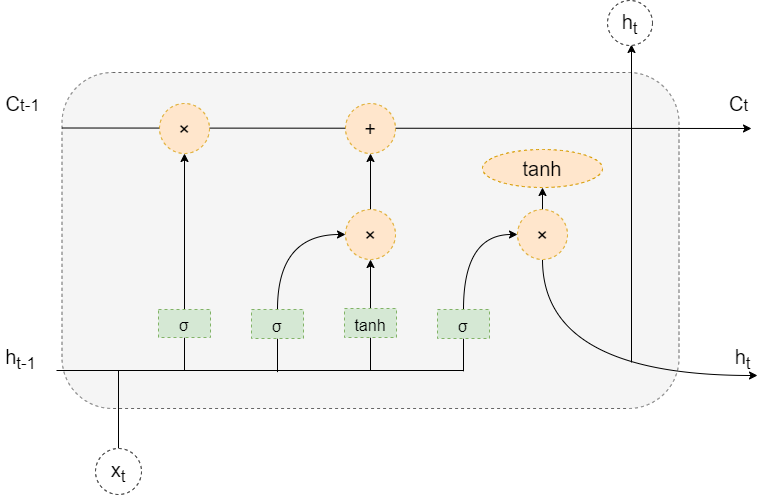
This is Untitled Diagram.drawio.png from lakomi/pictures, a draw.io export, as it was before one commit. Source tidied: cells renumbered, new cells last; positions are measured from the earlier drawing's top-left corner, leaving out a move shared by most shapes.
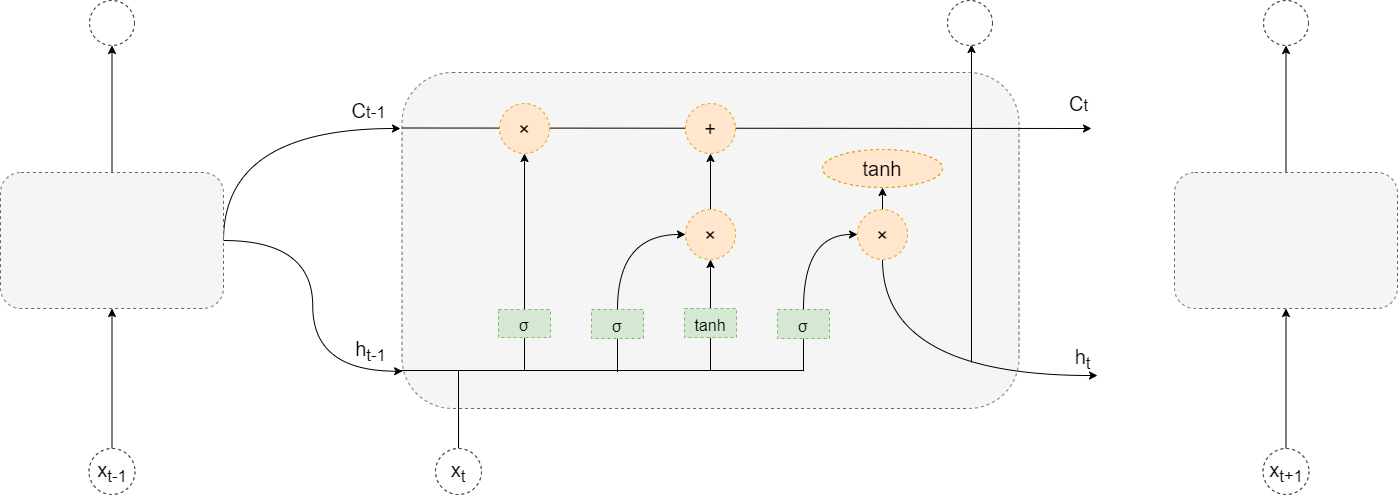
Above is the later version.

Change to the diagram source:
```diff
@@ -109,16 +109,57 @@
       <mxGeometry x="723" y="88" width="29" height="30" as="geometry" />
     </mxCell>
     <mxCell id="29" value="C&lt;span style=&quot;font-size: 16.6667px&quot;&gt;t-1&lt;br&gt;&lt;/span&gt;" style="text;html=1;align=center;verticalAlign=middle;strokeColor=none;fillColor=none;fontSize=20;" parent="1" vertex="1">
-      <mxGeometry y="88" width="44" height="30" as="geometry" />
+      <mxGeometry x="6" y="95" width="44" height="30" as="geometry" />
     </mxCell>
-    <mxCell id="30" value="h&lt;sub&gt;t&lt;/sub&gt;" style="ellipse;whiteSpace=wrap;html=1;dashed=1;fontSize=20;strokeColor=#000000;strokeWidth=1;" parent="1" vertex="1">
+    <mxCell id="30" style="ellipse;whiteSpace=wrap;html=1;dashed=1;fontSize=20;strokeColor=#000000;strokeWidth=1;" parent="1" vertex="1">
       <mxGeometry x="607" width="45" height="45" as="geometry" />
     </mxCell>
     <mxCell id="31" value="h&lt;sub&gt;t&lt;br&gt;&lt;/sub&gt;" style="text;html=1;align=center;verticalAlign=middle;strokeColor=none;fillColor=none;fontSize=20;" parent="1" vertex="1">
       <mxGeometry x="729" y="341" width="26" height="34" as="geometry" />
     </mxCell>
     <mxCell id="32" value="h&lt;sub&gt;t-1&lt;br&gt;&lt;/sub&gt;" style="text;html=1;align=center;verticalAlign=middle;strokeColor=none;fillColor=none;fontSize=20;" parent="1" vertex="1">
-      <mxGeometry y="341" width="40" height="34" as="geometry" />
+      <mxGeometry x="10" y="333" width="40" height="34" as="geometry" />
     </mxCell>
+    <mxCell id="33" style="edgeStyle=orthogonalEdgeStyle;curved=1;rounded=0;jettySize=auto;html=1;exitX=0.5;exitY=0;exitDx=0;exitDy=0;entryX=0.5;entryY=1;entryDx=0;entryDy=0;fontSize=20;endArrow=classic;endFill=1;elbow=vertical;" parent="1" edge="1" source="36" target="43">
+      <mxGeometry relative="1" as="geometry" />
+    </mxCell>
+    <mxCell id="34" style="edgeStyle=orthogonalEdgeStyle;curved=1;rounded=0;jettySize=auto;html=1;exitX=1;exitY=0.5;exitDx=0;exitDy=0;fontSize=20;endArrow=classic;endFill=1;elbow=vertical;" parent="1" edge="1" source="36">
+      <mxGeometry relative="1" as="geometry">
+        <mxPoint x="60" y="128" as="targetPoint" />
+        <Array as="points">
+          <mxPoint x="-117" y="128" />
+        </Array>
+      </mxGeometry>
+    </mxCell>
+    <mxCell id="35" style="edgeStyle=orthogonalEdgeStyle;curved=1;rounded=0;jettySize=auto;html=1;exitX=1;exitY=0.5;exitDx=0;exitDy=0;entryX=0.001;entryY=0.889;entryDx=0;entryDy=0;entryPerimeter=0;fontSize=20;endArrow=classic;endFill=1;elbow=vertical;" parent="1" edge="1" source="36" target="2">
+      <mxGeometry relative="1" as="geometry" />
+    </mxCell>
+    <mxCell id="36" style="rounded=1;whiteSpace=wrap;html=1;dashed=1;fontSize=20;strokeColor=#666666;strokeWidth=1;fillColor=#f5f5f5;fontColor=#333333;verticalAlign=middle;" parent="1" vertex="1">
+      <mxGeometry x="-340" y="172" width="223" height="136" as="geometry" />
+    </mxCell>
+    <mxCell id="37" style="edgeStyle=orthogonalEdgeStyle;curved=1;rounded=0;jettySize=auto;html=1;exitX=0.5;exitY=0;exitDx=0;exitDy=0;fontSize=20;endArrow=classic;endFill=1;elbow=vertical;" parent="1" edge="1" source="38" target="44">
+      <mxGeometry relative="1" as="geometry" />
+    </mxCell>
+    <mxCell id="38" style="rounded=1;whiteSpace=wrap;html=1;dashed=1;fontSize=20;strokeColor=#666666;strokeWidth=1;fillColor=#f5f5f5;fontColor=#333333;verticalAlign=middle;" parent="1" vertex="1">
+      <mxGeometry x="834" y="172" width="223" height="136" as="geometry" />
+    </mxCell>
+    <mxCell id="39" style="edgeStyle=orthogonalEdgeStyle;curved=1;rounded=0;jettySize=auto;html=1;exitX=0.5;exitY=0;exitDx=0;exitDy=0;entryX=0.5;entryY=1;entryDx=0;entryDy=0;fontSize=20;endArrow=classic;endFill=1;elbow=vertical;" parent="1" edge="1" source="40" target="36">
+      <mxGeometry relative="1" as="geometry" />
+    </mxCell>
+    <mxCell id="40" value="x&lt;sub&gt;t-1&lt;/sub&gt;" style="ellipse;whiteSpace=wrap;html=1;dashed=1;fontSize=20;strokeColor=#000000;strokeWidth=1;" parent="1" vertex="1">
+      <mxGeometry x="-251.5" y="448" width="46" height="46" as="geometry" />
+    </mxCell>
+    <mxCell id="41" style="edgeStyle=orthogonalEdgeStyle;curved=1;rounded=0;jettySize=auto;html=1;exitX=0.5;exitY=0;exitDx=0;exitDy=0;entryX=0.5;entryY=1;entryDx=0;entryDy=0;fontSize=20;endArrow=classic;endFill=1;elbow=vertical;" parent="1" edge="1" source="42" target="38">
+      <mxGeometry relative="1" as="geometry" />
+    </mxCell>
+    <mxCell id="42" value="x&lt;sub&gt;t+1&lt;/sub&gt;" style="ellipse;whiteSpace=wrap;html=1;dashed=1;fontSize=20;strokeColor=#000000;strokeWidth=1;" parent="1" vertex="1">
+      <mxGeometry x="922.5" y="448" width="46" height="46" as="geometry" />
+    </mxCell>
+    <mxCell id="43" style="ellipse;whiteSpace=wrap;html=1;dashed=1;fontSize=20;strokeColor=#000000;strokeWidth=1;" parent="1" vertex="1">
+      <mxGeometry x="-251" width="45" height="45" as="geometry" />
+    </mxCell>
+    <mxCell id="44" style="ellipse;whiteSpace=wrap;html=1;dashed=1;fontSize=20;strokeColor=#000000;strokeWidth=1;" parent="1" vertex="1">
+      <mxGeometry x="923" width="45" height="45" as="geometry" />
+    </mxCell>
   </root>
 </mxGraphModel>
```
